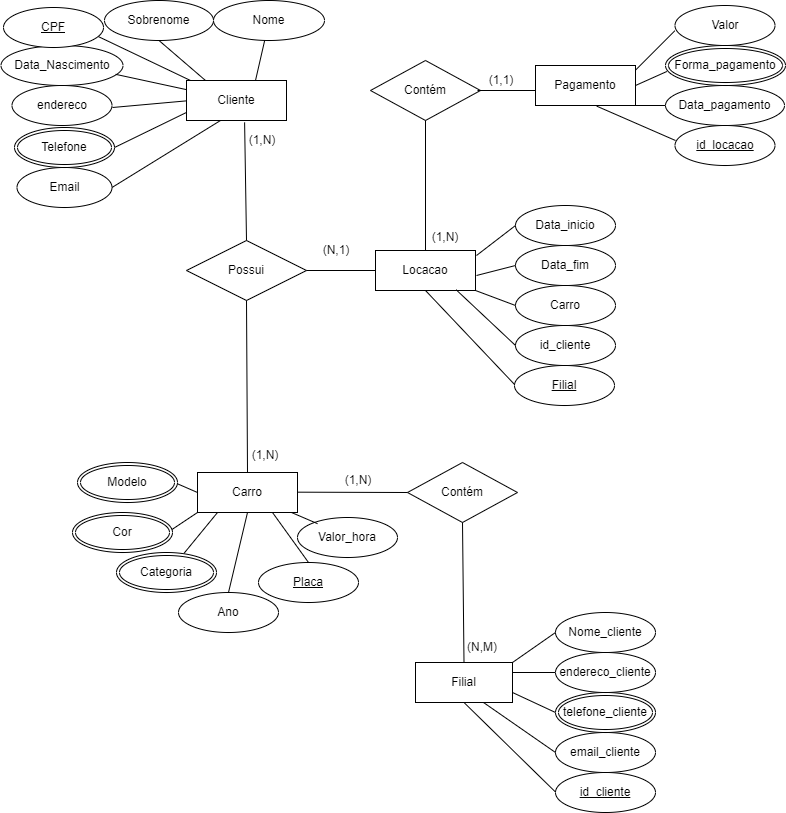
Above: Mapa_BD1.drawio.png in Kelly-Prone/diagramas (draw.io), before the change. Source tidied: cells renumbered, new cells last; positions are measured from the earlier drawing's top-left corner, leaving out a move shared by most shapes.
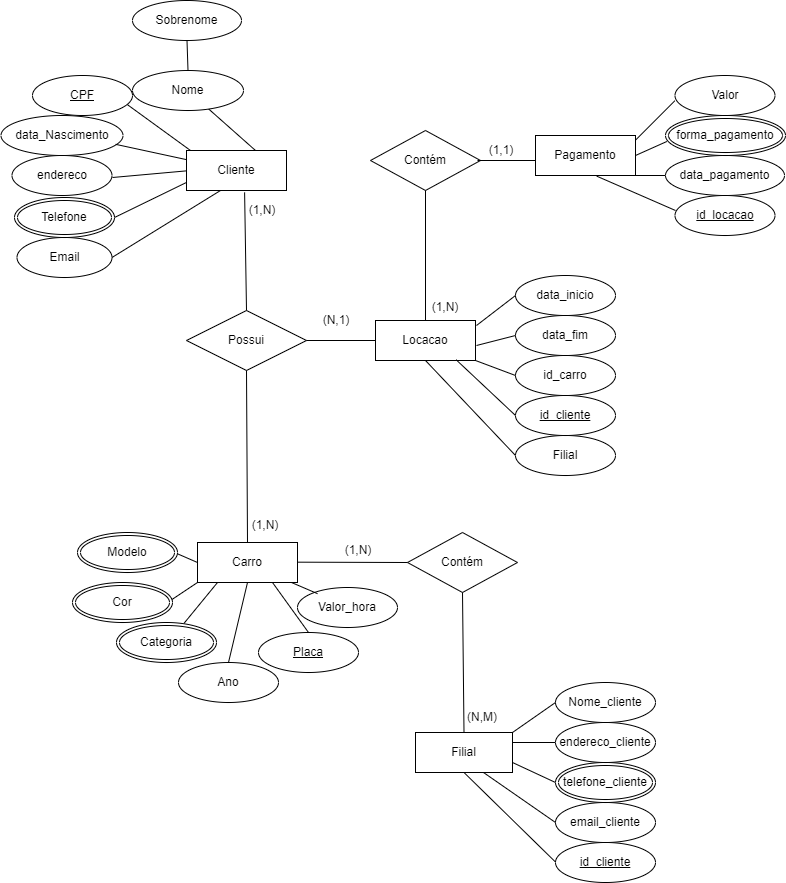
The same file after the commit.

Change to the diagram source:
```diff
@@ -3,13 +3,13 @@
     <mxCell id="0" />
     <mxCell id="1" parent="0" />
     <mxCell id="2" value="Sobrenome" style="ellipse;whiteSpace=wrap;html=1;labelBackgroundColor=none;rounded=0;" parent="1" vertex="1">
-      <mxGeometry x="104" width="109" height="40" as="geometry" />
+      <mxGeometry x="132" y="-70" width="109" height="40" as="geometry" />
     </mxCell>
-    <mxCell id="3" value="Data_Nascimento" style="ellipse;whiteSpace=wrap;html=1;labelBackgroundColor=none;rounded=0;" parent="1" vertex="1">
+    <mxCell id="3" value="data_Nascimento" style="ellipse;whiteSpace=wrap;html=1;labelBackgroundColor=none;rounded=0;" parent="1" vertex="1">
       <mxGeometry x="0.5" y="45" width="122" height="40" as="geometry" />
     </mxCell>
     <mxCell id="4" value="Nome" style="ellipse;whiteSpace=wrap;html=1;labelBackgroundColor=none;rounded=0;" parent="1" vertex="1">
-      <mxGeometry x="213" width="111" height="40" as="geometry" />
+      <mxGeometry x="132" width="111" height="40" as="geometry" />
     </mxCell>
     <mxCell id="5" value="Email" style="ellipse;whiteSpace=wrap;html=1;labelBackgroundColor=none;rounded=0;" parent="1" vertex="1">
       <mxGeometry x="16.5" y="167" width="95" height="40" as="geometry" />
@@ -19,10 +19,8 @@
         <mxPoint x="255" y="80" as="sourcePoint" />
       </mxGeometry>
     </mxCell>
-    <mxCell id="7" style="endArrow=none;html=1;rounded=0;entryX=0.5;entryY=1;entryDx=0;entryDy=0;labelBackgroundColor=none;fontColor=default;" parent="1" edge="1" target="2">
-      <mxGeometry relative="1" as="geometry">
-        <mxPoint x="205" y="80" as="sourcePoint" />
-      </mxGeometry>
+    <mxCell id="7" style="endArrow=none;html=1;rounded=0;entryX=0.5;entryY=1;entryDx=0;entryDy=0;labelBackgroundColor=none;fontColor=default;exitX=0.5;exitY=0;exitDx=0;exitDy=0;" parent="1" edge="1" source="4" target="2">
+      <mxGeometry relative="1" as="geometry" />
     </mxCell>
     <mxCell id="8" style="endArrow=none;html=1;rounded=0;entryX=0.25;entryY=1;entryDx=0;entryDy=0;labelBackgroundColor=none;fontColor=default;exitX=1;exitY=0.5;exitDx=0;exitDy=0;" parent="1" edge="1" source="5">
       <mxGeometry relative="1" as="geometry">
@@ -60,7 +58,7 @@
       <mxGeometry x="14" y="127" width="100" height="40" as="geometry" />
     </mxCell>
     <mxCell id="16" value="CPF" style="ellipse;whiteSpace=wrap;html=1;align=center;fontStyle=4;" parent="1" vertex="1">
-      <mxGeometry x="3" y="7" width="100" height="40" as="geometry" />
+      <mxGeometry x="32" y="5" width="100" height="40" as="geometry" />
     </mxCell>
     <mxCell id="17" value="Possui" style="shape=rhombus;perimeter=rhombusPerimeter;whiteSpace=wrap;html=1;align=center;" parent="1" vertex="1">
       <mxGeometry x="186" y="240" width="120" height="60" as="geometry" />
@@ -134,18 +132,15 @@
     <mxCell id="36" value="Locacao" style="whiteSpace=wrap;html=1;align=center;" parent="1" vertex="1">
       <mxGeometry x="375" y="250" width="100" height="40" as="geometry" />
     </mxCell>
-    <mxCell id="37" value="Data_inicio" style="ellipse;whiteSpace=wrap;html=1;align=center;" parent="1" vertex="1">
+    <mxCell id="37" value="data_inicio" style="ellipse;whiteSpace=wrap;html=1;align=center;" parent="1" vertex="1">
       <mxGeometry x="515" y="205" width="100" height="40" as="geometry" />
     </mxCell>
-    <mxCell id="38" value="Data_fim" style="ellipse;whiteSpace=wrap;html=1;align=center;" parent="1" vertex="1">
+    <mxCell id="38" value="data_fim" style="ellipse;whiteSpace=wrap;html=1;align=center;" parent="1" vertex="1">
       <mxGeometry x="515" y="245" width="100" height="40" as="geometry" />
     </mxCell>
-    <mxCell id="39" value="Carro" style="ellipse;whiteSpace=wrap;html=1;align=center;" parent="1" vertex="1">
+    <mxCell id="39" value="id_carro" style="ellipse;whiteSpace=wrap;html=1;align=center;" parent="1" vertex="1">
       <mxGeometry x="515" y="285" width="100" height="40" as="geometry" />
     </mxCell>
-    <mxCell id="40" value="id_cliente" style="ellipse;whiteSpace=wrap;html=1;align=center;" parent="1" vertex="1">
-      <mxGeometry x="515" y="325" width="100" height="40" as="geometry" />
-    </mxCell>
     <mxCell id="41" style="endArrow=none;html=1;rounded=0;entryX=0;entryY=0.5;entryDx=0;entryDy=0;" parent="1" edge="1" target="37">
       <mxGeometry relative="1" as="geometry">
         <mxPoint x="476" y="255" as="sourcePoint" />
@@ -156,15 +151,11 @@
         <mxPoint x="476" y="275" as="sourcePoint" />
       </mxGeometry>
     </mxCell>
-    <mxCell id="43" style="endArrow=none;html=1;rounded=0;entryX=0;entryY=0.5;entryDx=0;entryDy=0;exitX=0.5;exitY=1;exitDx=0;exitDy=0;" parent="1" edge="1" source="36">
-      <mxGeometry relative="1" as="geometry">
-        <mxPoint x="515" y="385" as="targetPoint" />
-      </mxGeometry>
+    <mxCell id="43" style="endArrow=none;html=1;rounded=0;entryX=0;entryY=0.5;entryDx=0;entryDy=0;exitX=0.5;exitY=1;exitDx=0;exitDy=0;" parent="1" edge="1" source="36" target="49">
+      <mxGeometry relative="1" as="geometry" />
     </mxCell>
-    <mxCell id="44" style="endArrow=none;html=1;rounded=0;entryX=0;entryY=0.5;entryDx=0;entryDy=0;exitX=0.807;exitY=0.983;exitDx=0;exitDy=0;exitPerimeter=0;" parent="1" edge="1" source="36">
-      <mxGeometry relative="1" as="geometry">
-        <mxPoint x="515" y="345" as="targetPoint" />
-      </mxGeometry>
+    <mxCell id="44" style="endArrow=none;html=1;rounded=0;entryX=0;entryY=0.5;entryDx=0;entryDy=0;exitX=0.807;exitY=0.983;exitDx=0;exitDy=0;exitPerimeter=0;" parent="1" edge="1" source="36" target="40">
+      <mxGeometry relative="1" as="geometry" />
     </mxCell>
     <mxCell id="45" style="endArrow=none;html=1;rounded=0;entryX=0;entryY=0.5;entryDx=0;entryDy=0;exitX=1;exitY=1;exitDx=0;exitDy=0;" parent="1" edge="1" source="36">
       <mxGeometry relative="1" as="geometry">
@@ -182,13 +173,10 @@
     <mxCell id="48" style="line;strokeWidth=1;dashed=0;labelPosition=right;align=left;verticalAlign=middle;spacingTop=0;spacingLeft=6;" parent="1" vertex="1">
       <mxGeometry x="477" y="85" width="58" height="10" as="geometry" />
     </mxCell>
-    <mxCell id="49" value="Filial" style="ellipse;whiteSpace=wrap;html=1;align=center;fontStyle=4;" parent="1" vertex="1">
-      <mxGeometry x="514" y="365" width="100" height="40" as="geometry" />
-    </mxCell>
     <mxCell id="50" value="Valor" style="ellipse;whiteSpace=wrap;html=1;align=center;" parent="1" vertex="1">
       <mxGeometry x="674.5" y="5" width="100" height="40" as="geometry" />
     </mxCell>
-    <mxCell id="51" value="Data_pagamento" style="ellipse;whiteSpace=wrap;html=1;align=center;" parent="1" vertex="1">
+    <mxCell id="51" value="data_pagamento" style="ellipse;whiteSpace=wrap;html=1;align=center;" parent="1" vertex="1">
       <mxGeometry x="665" y="85" width="119" height="40" as="geometry" />
     </mxCell>
     <mxCell id="52" value="id_locacao" style="ellipse;whiteSpace=wrap;html=1;align=center;fontStyle=4;" parent="1" vertex="1">
@@ -221,7 +209,7 @@
     <mxCell id="58" style="endArrow=none;html=1;rounded=0;entryX=0.5;entryY=0;entryDx=0;entryDy=0;exitX=0.5;exitY=1;exitDx=0;exitDy=0;" parent="1" edge="1" source="14" target="57">
       <mxGeometry relative="1" as="geometry" />
     </mxCell>
-    <mxCell id="59" value="Forma_pagamento" style="ellipse;shape=doubleEllipse;margin=3;whiteSpace=wrap;html=1;align=center;" parent="1" vertex="1">
+    <mxCell id="59" value="forma_pagamento" style="ellipse;shape=doubleEllipse;margin=3;whiteSpace=wrap;html=1;align=center;" parent="1" vertex="1">
       <mxGeometry x="665" y="45" width="120" height="40" as="geometry" />
     </mxCell>
     <mxCell id="60" value="(1,N)" style="text;strokeColor=none;align=center;fillColor=none;html=1;verticalAlign=middle;whiteSpace=wrap;rounded=0;rotation=0;" parent="1" vertex="1">
@@ -288,5 +276,11 @@
     <mxCell id="77" value="endereco" style="ellipse;whiteSpace=wrap;html=1;align=center;" parent="1" vertex="1">
       <mxGeometry x="11.5" y="85" width="100" height="40" as="geometry" />
     </mxCell>
+    <mxCell id="49" value="Filial" style="ellipse;whiteSpace=wrap;html=1;align=center;" parent="1" vertex="1">
+      <mxGeometry x="515" y="365" width="100" height="40" as="geometry" />
+    </mxCell>
+    <mxCell id="40" value="id_cliente" style="ellipse;whiteSpace=wrap;html=1;align=center;fontStyle=4;" parent="1" vertex="1">
+      <mxGeometry x="515" y="325" width="100" height="40" as="geometry" />
+    </mxCell>
   </root>
 </mxGraphModel>
```
